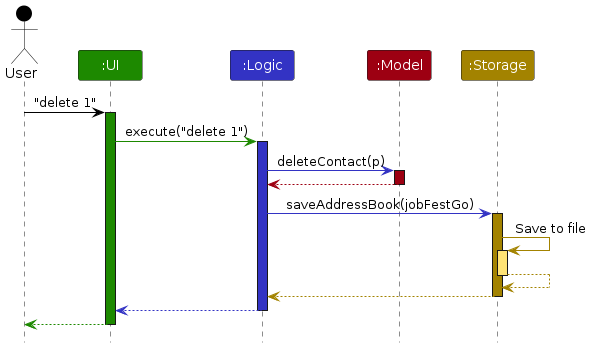
The PlantUML diagram diagrams/ArchitectureSequenceDiagram.png in AY2324S1-CS2103T-T09-1/tp, before a commit. Its source is kept beside it as diagrams/ArchitectureSequenceDiagram.puml. The source it was exported from:
```plantuml
@startuml
!include style.puml
skinparam ArrowFontStyle plain

Actor User as user USER_COLOR
Participant ":UI" as ui UI_COLOR
Participant ":Logic" as logic LOGIC_COLOR
Participant ":Model" as model MODEL_COLOR
Participant ":Storage" as storage STORAGE_COLOR

user -[USER_COLOR]> ui : "delete 1"
activate ui UI_COLOR

ui -[UI_COLOR]> logic : execute("delete 1")
activate logic LOGIC_COLOR

logic -[LOGIC_COLOR]> model : deleteContact(p)
activate model MODEL_COLOR

model -[MODEL_COLOR]-> logic
deactivate model

logic -[LOGIC_COLOR]> storage : saveAddressBook(jobFestGo)
activate storage STORAGE_COLOR

storage -[STORAGE_COLOR]> storage : Save to file
activate storage STORAGE_COLOR_T1
storage --[STORAGE_COLOR]> storage
deactivate storage

storage --[STORAGE_COLOR]> logic
deactivate storage

logic --[LOGIC_COLOR]> ui
deactivate logic

ui--[UI_COLOR]> user
deactivate ui
@enduml
```
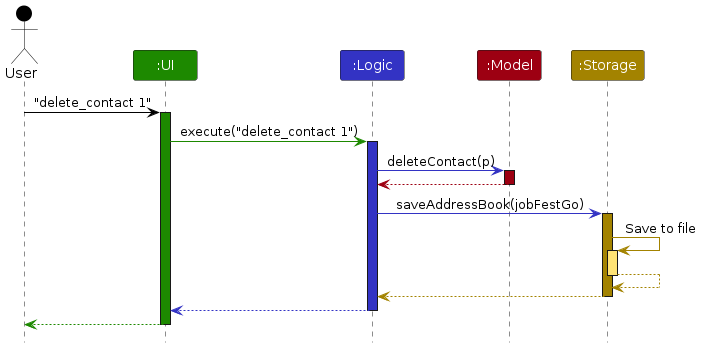
After the commit.

What changed in the source:
```diff
@@ -8,10 +8,10 @@
 Participant ":Model" as model MODEL_COLOR
 Participant ":Storage" as storage STORAGE_COLOR
 
-user -[USER_COLOR]> ui : "delete 1"
+user -[USER_COLOR]> ui : "delete_contact 1"
 activate ui UI_COLOR
 
-ui -[UI_COLOR]> logic : execute("delete 1")
+ui -[UI_COLOR]> logic : execute("delete_contact 1")
 activate logic LOGIC_COLOR
 
 logic -[LOGIC_COLOR]> model : deleteContact(p)
```
